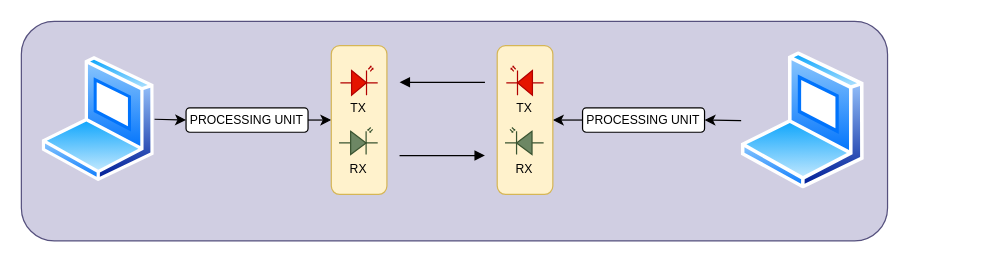
Above: Project-architecture/1-project_architecture.drawio in Oshadha345/Li-Fi-File-Sharing (draw.io), before the change. Source tidied: cells renumbered, new cells numbered last; positions are measured from the earlier drawing's top-left corner, leaving out a move shared by most shapes. Both pictures are drawn from the tidied source at 122%, with x=0, y=0 at pixel (21, 21).
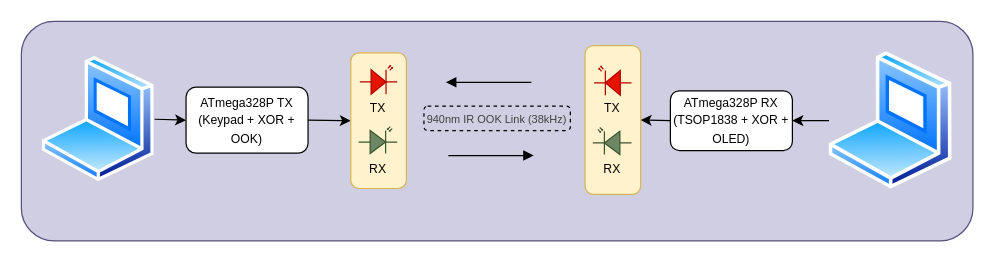
The same diagram, later.

Diff of the diagram source:
```diff
@@
-    <mxCell id="2" style="group;" parent="1" vertex="1">
-      <mxGeometry width="710" height="180" as="geometry" />
-    </mxCell>
-    <mxCell id="3" style="rounded=1;whiteSpace=wrap;html=1;fillColor=#d0cee2;strokeColor=#56517e;" parent="2" vertex="1">
-      <mxGeometry width="710" height="180" as="geometry" />
+    <mxCell id="3" style="rounded=1;whiteSpace=wrap;html=1;fillColor=#d0cee2;strokeColor=#56517e;" parent="1" vertex="1">
+      <mxGeometry width="780" height="180" as="geometry" />
     </mxCell>
-    <mxCell id="4" style="edgeStyle=none;html=1;exitX=1;exitY=0.5;exitDx=0;exitDy=0;entryX=0;entryY=0.5;entryDx=0;entryDy=0;" parent="2" edge="1" source="5" target="11">
+    <mxCell id="4" style="edgeStyle=none;html=1;exitX=1;exitY=0.5;exitDx=0;exitDy=0;entryX=0;entryY=0.5;entryDx=0;entryDy=0;" parent="1" edge="1" source="5" target="11">
       <mxGeometry relative="1" as="geometry" />
     </mxCell>
-    <mxCell id="5" style="image;perimeter=ellipsePerimeter;html=1;align=center;shadow=0;dashed=0;spacingTop=3;image=img/lib/active_directory/laptop_client.svg;" parent="2" vertex="1">
+    <mxCell id="5" style="image;perimeter=ellipsePerimeter;html=1;align=center;shadow=0;dashed=0;spacingTop=3;image=img/lib/active_directory/laptop_client.svg;" parent="1" vertex="1">
       <mxGeometry x="17" y="29" width="92.2" height="102.5" as="geometry" />
     </mxCell>
-    <mxCell id="6" style="edgeStyle=none;html=1;exitX=0;exitY=0.5;exitDx=0;exitDy=0;entryX=1;entryY=0.5;entryDx=0;entryDy=0;" parent="2" edge="1" source="7" target="9">
+    <mxCell id="6" style="edgeStyle=none;html=1;exitX=0;exitY=0.5;exitDx=0;exitDy=0;entryX=1;entryY=0.5;entryDx=0;entryDy=0;" parent="1" edge="1" source="7" target="9">
       <mxGeometry relative="1" as="geometry" />
     </mxCell>
-    <mxCell id="7" style="image;perimeter=ellipsePerimeter;html=1;align=center;shadow=0;dashed=0;spacingTop=3;image=img/lib/active_directory/laptop_client.svg;" parent="2" vertex="1">
-      <mxGeometry x="590" y="25.1" width="101.2" height="112.5" as="geometry" />
+    <mxCell id="7" style="image;perimeter=ellipsePerimeter;html=1;align=center;shadow=0;dashed=0;spacingTop=3;image=img/lib/active_directory/laptop_client.svg;" parent="1" vertex="1">
+      <mxGeometry x="662" y="25.1" width="101.2" height="112.5" as="geometry" />
     </mxCell>
-    <mxCell id="8" style="edgeStyle=none;html=1;exitX=0;exitY=0.5;exitDx=0;exitDy=0;entryX=0.5;entryY=0;entryDx=0;entryDy=0;" parent="2" edge="1" source="9" target="14">
+    <mxCell id="8" style="edgeStyle=none;html=1;exitX=0;exitY=0.5;exitDx=0;exitDy=0;entryX=0.5;entryY=0;entryDx=0;entryDy=0;" parent="1" edge="1" source="9" target="14">
       <mxGeometry relative="1" as="geometry" />
     </mxCell>
-    <mxCell id="9" value="&lt;font style=&quot;font-size: 10px;&quot;&gt;PROCESSING UNIT&lt;/font&gt;" style="rounded=1;whiteSpace=wrap;html=1;" parent="2" vertex="1">
-      <mxGeometry x="460" y="70.9" width="100" height="20" as="geometry" />
+    <mxCell id="9" value="&lt;font style=&quot;font-size: 10px;&quot;&gt;ATmega328P RX (TSOP1838 + XOR + OLED)&lt;/font&gt;" style="rounded=1;whiteSpace=wrap;html=1;" parent="1" vertex="1">
+      <mxGeometry x="532" y="56.9" width="100" height="49" as="geometry" />
     </mxCell>
-    <mxCell id="10" style="edgeStyle=none;html=1;exitX=1;exitY=0.5;exitDx=0;exitDy=0;entryX=0.5;entryY=1;entryDx=0;entryDy=0;" parent="2" edge="1" source="11" target="20">
+    <mxCell id="10" style="edgeStyle=none;html=1;exitX=1;exitY=0.5;exitDx=0;exitDy=0;entryX=0.5;entryY=1;entryDx=0;entryDy=0;" parent="1" edge="1" source="11" target="20">
       <mxGeometry relative="1" as="geometry" />
     </mxCell>
-    <mxCell id="11" value="&lt;font style=&quot;font-size: 10px;&quot;&gt;PROCESSING UNIT&lt;/font&gt;" style="rounded=1;whiteSpace=wrap;html=1;" parent="2" vertex="1">
-      <mxGeometry x="135" y="70.9" width="100" height="20" as="geometry" />
+    <mxCell id="11" value="&lt;font style=&quot;font-size: 10px;&quot;&gt;ATmega328P TX (Keypad + XOR + OOK)&lt;/font&gt;" style="rounded=1;whiteSpace=wrap;html=1;" parent="1" vertex="1">
+      <mxGeometry x="135" y="54" width="100" height="54" as="geometry" />
     </mxCell>
-    <mxCell id="12" style="endArrow=block;endFill=1;html=1;edgeStyle=orthogonalEdgeStyle;align=left;verticalAlign=top;" parent="2" edge="1">
+    <mxCell id="12" style="endArrow=block;endFill=1;html=1;edgeStyle=orthogonalEdgeStyle;align=left;verticalAlign=top;" parent="1" edge="1">
       <mxGeometry x="-1" relative="1" as="geometry">
-        <mxPoint x="310" y="110" as="sourcePoint" />
-        <mxPoint x="380" y="110" as="targetPoint" />
+        <mxPoint x="350" y="110" as="sourcePoint" />
+        <mxPoint x="420" y="110" as="targetPoint" />
       </mxGeometry>
     </mxCell>
-    <mxCell id="13" style="endArrow=block;endFill=1;html=1;edgeStyle=orthogonalEdgeStyle;align=left;verticalAlign=top;" parent="2" edge="1">
+    <mxCell id="13" style="endArrow=block;endFill=1;html=1;edgeStyle=orthogonalEdgeStyle;align=left;verticalAlign=top;" parent="1" edge="1">
       <mxGeometry x="-1" relative="1" as="geometry">
-        <mxPoint x="380" y="50" as="sourcePoint" />
-        <mxPoint x="310" y="50" as="targetPoint" />
+        <mxPoint x="418" y="50" as="sourcePoint" />
+        <mxPoint x="348" y="50" as="targetPoint" />
       </mxGeometry>
     </mxCell>
-    <mxCell id="14" style="rounded=1;whiteSpace=wrap;html=1;rotation=90;fillColor=#fff2cc;strokeColor=#d6b656;" parent="2" vertex="1">
-      <mxGeometry x="351.9" y="58.1" width="121.9" height="45.6" as="geometry" />
+    <mxCell id="14" style="rounded=1;whiteSpace=wrap;html=1;rotation=90;fillColor=#fff2cc;strokeColor=#d6b656;" parent="1" vertex="1">
+      <mxGeometry x="423.9" y="58.1" width="121.9" height="45.6" as="geometry" />
     </mxCell>
-    <mxCell id="15" style="verticalLabelPosition=bottom;shadow=0;dashed=0;align=center;html=1;verticalAlign=top;shape=mxgraph.electrical.opto_electronics.led_2;flipV=0;flipH=1;fillColor=#e51400;fontColor=#ffffff;strokeColor=#B20000;" parent="2" vertex="1">
-      <mxGeometry x="397.5" y="36.9" width="30.6" height="23.6" as="geometry" />
+    <mxCell id="15" style="verticalLabelPosition=bottom;shadow=0;dashed=0;align=center;html=1;verticalAlign=top;shape=mxgraph.electrical.opto_electronics.led_2;flipV=0;flipH=1;fillColor=#e51400;fontColor=#ffffff;strokeColor=#B20000;" parent="1" vertex="1">
+      <mxGeometry x="469.5" y="36.9" width="30.6" height="23.6" as="geometry" />
     </mxCell>
-    <mxCell id="16" style="verticalLabelPosition=bottom;shadow=0;dashed=0;align=center;html=1;verticalAlign=top;shape=mxgraph.electrical.opto_electronics.photodiode;flipH=1;fillColor=#6d8764;fontColor=#ffffff;strokeColor=#3A5431;" parent="2" vertex="1">
-      <mxGeometry x="396.4" y="87" width="31.7" height="22.1" as="geometry" />
+    <mxCell id="16" style="verticalLabelPosition=bottom;shadow=0;dashed=0;align=center;html=1;verticalAlign=top;shape=mxgraph.electrical.opto_electronics.photodiode;flipH=1;fillColor=#6d8764;fontColor=#ffffff;strokeColor=#3A5431;" parent="1" vertex="1">
+      <mxGeometry x="468.4" y="87" width="31.7" height="22.1" as="geometry" />
     </mxCell>
-    <mxCell id="17" value="&lt;font color=&quot;#000000&quot; style=&quot;font-size: 10px;&quot;&gt;TX&lt;/font&gt;" style="text;html=1;align=center;verticalAlign=middle;whiteSpace=wrap;rounded=0;" parent="2" vertex="1">
-      <mxGeometry x="397.9" y="64.5" width="28.7" height="13.6" as="geometry" />
+    <mxCell id="17" value="&lt;font color=&quot;#000000&quot; style=&quot;font-size: 10px;&quot;&gt;TX&lt;/font&gt;" style="text;html=1;align=center;verticalAlign=middle;whiteSpace=wrap;rounded=0;" parent="1" vertex="1">
+      <mxGeometry x="469.9" y="64.5" width="28.7" height="13.6" as="geometry" />
     </mxCell>
-    <mxCell id="18" value="&lt;font color=&quot;#000000&quot; style=&quot;font-size: 10px;&quot;&gt;RX&lt;/font&gt;" style="text;html=1;align=center;verticalAlign=middle;whiteSpace=wrap;rounded=0;" parent="2" vertex="1">
-      <mxGeometry x="397.9" y="114.5" width="28.7" height="13.6" as="geometry" />
+    <mxCell id="18" value="&lt;font color=&quot;#000000&quot; style=&quot;font-size: 10px;&quot;&gt;RX&lt;/font&gt;" style="text;html=1;align=center;verticalAlign=middle;whiteSpace=wrap;rounded=0;" parent="1" vertex="1">
+      <mxGeometry x="469.9" y="114.5" width="28.7" height="13.6" as="geometry" />
     </mxCell>
-    <mxCell id="19" style="group;" parent="2" vertex="1">
-      <mxGeometry x="254" y="20" width="45.6" height="121.9" as="geometry" />
+    <mxCell id="19" style="group;" parent="1" vertex="1">
+      <mxGeometry x="270" y="19.3" width="103.4" height="121.9" as="geometry" />
     </mxCell>
     <mxCell id="20" style="rounded=1;whiteSpace=wrap;html=1;rotation=90;fillColor=#fff2cc;strokeColor=#d6b656;" parent="19" vertex="1">
-      <mxGeometry x="-38.1" y="38.1" width="121.9" height="45.6" as="geometry" />
+      <mxGeometry x="-32.8" y="39.3" width="111.2" height="45.6" as="geometry" />
     </mxCell>
@@
+    <mxCell id="25" value="&lt;div style=&quot;text-align: justify;&quot;&gt;&lt;br&gt;&lt;/div&gt;" style="text;html=1;align=center;verticalAlign=middle;strokeColor=none;fillColor=none;" parent="1" vertex="1">
+      <mxGeometry x="370" y="64.5" width="20" height="30" as="geometry" />
+    </mxCell>
+    <mxCell id="26" value="&lt;span style=&quot;color: rgb(63, 63, 63); font-size: 9px; text-align: justify;&quot;&gt;940nm IR OOK Link (38kHz)&lt;/span&gt;" style="rounded=1;whiteSpace=wrap;html=1;fillColor=none;dashed=1;" parent="1" vertex="1">
+      <mxGeometry x="330" y="69.5" width="120" height="20" as="geometry" />
+    </mxCell>
```
